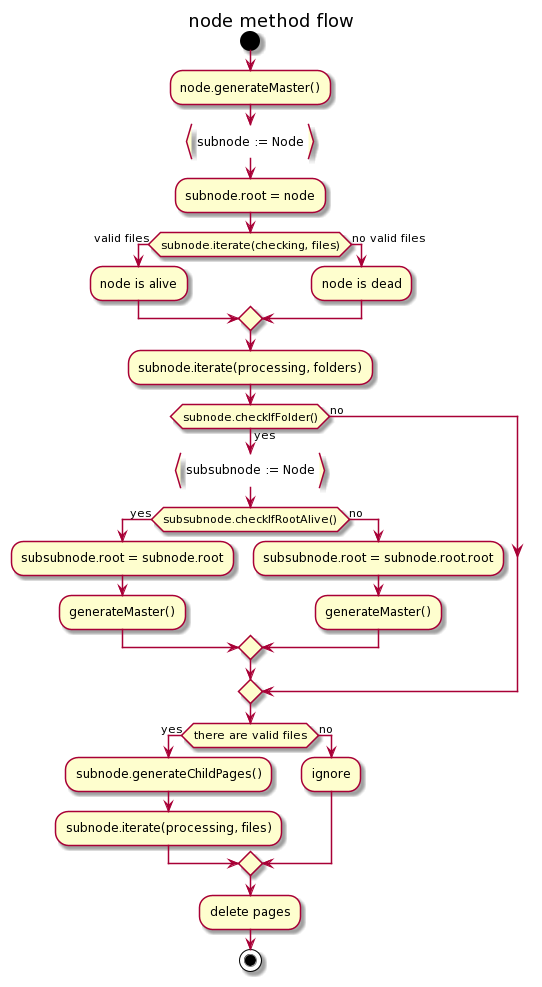
Before: node/node-method.png, a diagram exported from PlantUML (xiatechs/markdown-to-confluence).
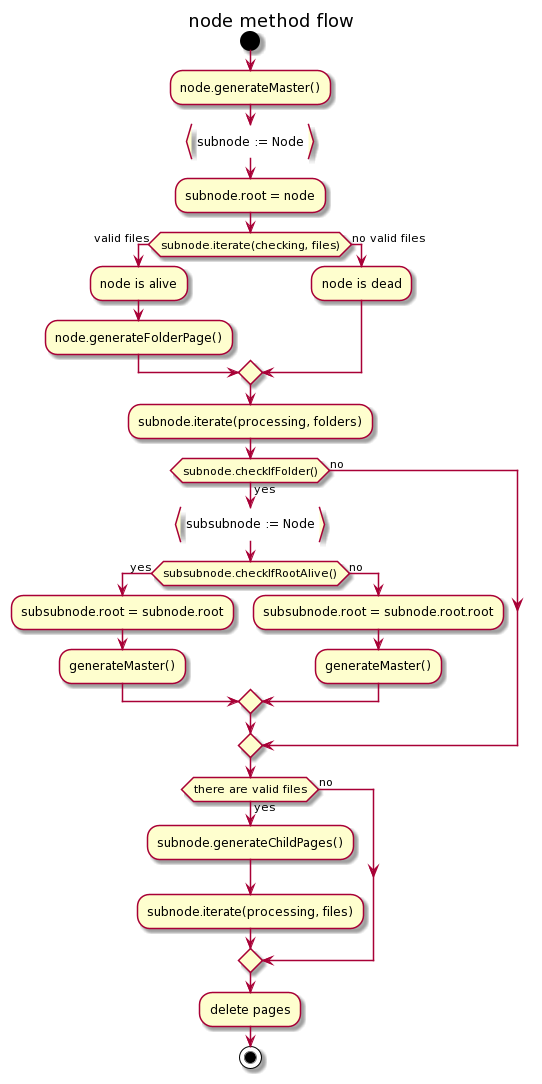
Later version of the same file.

The edit, as a diff of the source:
```diff
@@ -12,6 +12,7 @@
 
     if (subnode.iterate(checking, files)) then (valid files)
         :node is alive;
+        :node.generateFolderPage();
     else (no valid files)
         :node is dead;
     endif;
@@ -31,7 +32,6 @@
             :subnode.generateChildPages();
             :subnode.iterate(processing, files);
         else (no)
-            :ignore;
         endif;
 
 
```
